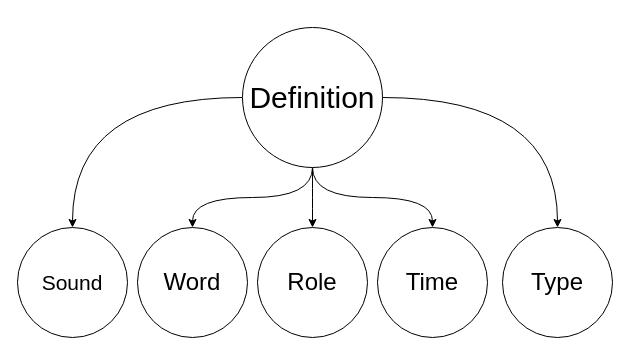
The draw.io diagram page "AI" (1 of 2) of design/definition.drawio in kashanimorteza/english_document, before the edit. Source tidied: cells renumbered, new cells numbered last; positions are measured from the earlier drawing's top-left corner, leaving out a move shared by most shapes. Both pictures are drawn from the tidied source at 100%, with x=0, y=0 at pixel (17, 27).
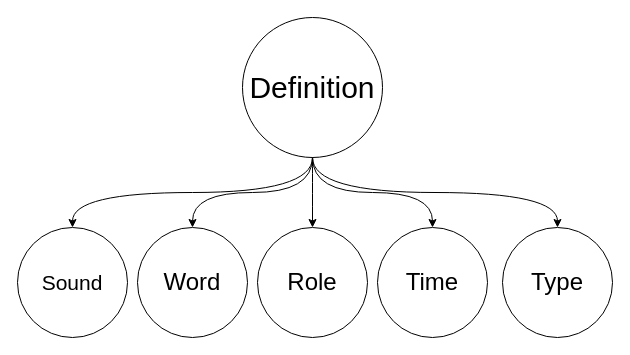
The same page after the edit.

Change to the diagram source:
```diff
@@
 <mxGraphModel>
   <root>
     <mxCell id="0" />
     <mxCell id="1" parent="0" />
     <mxCell id="2" style="edgeStyle=orthogonalEdgeStyle;rounded=0;jettySize=auto;html=1;curved=1;" parent="1" edge="1" source="6" target="7">
       <mxGeometry relative="1" as="geometry" />
     </mxCell>
     <mxCell id="3" style="edgeStyle=orthogonalEdgeStyle;rounded=0;jettySize=auto;html=1;curved=1;" parent="1" edge="1" source="6" target="8">
       <mxGeometry relative="1" as="geometry" />
     </mxCell>
-    <mxCell id="4" style="edgeStyle=orthogonalEdgeStyle;rounded=0;jettySize=auto;html=1;curved=1;" parent="1" edge="1" source="6" target="9">
+    <mxCell id="4" style="edgeStyle=orthogonalEdgeStyle;rounded=0;jettySize=auto;html=1;curved=1;exitX=0.5;exitY=1;exitDx=0;exitDy=0;" parent="1" edge="1" source="6" target="9">
       <mxGeometry relative="1" as="geometry" />
     </mxCell>
-    <mxCell id="5" style="edgeStyle=orthogonalEdgeStyle;rounded=0;jettySize=auto;html=1;curved=1;" parent="1" edge="1" source="6" target="10">
+    <mxCell id="5" style="edgeStyle=orthogonalEdgeStyle;rounded=0;jettySize=auto;html=1;curved=1;exitX=0.5;exitY=1;exitDx=0;exitDy=0;" parent="1" edge="1" source="6" target="10">
       <mxGeometry relative="1" as="geometry" />
     </mxCell>
     <mxCell id="6" value="&lt;font style=&quot;font-size: 30px;&quot;&gt;Definition&lt;/font&gt;" style="ellipse;whiteSpace=wrap;html=1;" parent="1" vertex="1">
-      <mxGeometry x="225" width="140" height="140" as="geometry" />
+      <mxGeometry x="225" y="-10" width="140" height="140" as="geometry" />
     </mxCell>
     <mxCell id="7" value="Word" style="ellipse;whiteSpace=wrap;html=1;fontSize=24;" parent="1" vertex="1">
       <mxGeometry x="120" y="200" width="110" height="110" as="geometry" />
     </mxCell>
     <mxCell id="8" value="Role" style="ellipse;whiteSpace=wrap;html=1;fontSize=24;" parent="1" vertex="1">
       <mxGeometry x="240" y="200" width="110" height="110" as="geometry" />
     </mxCell>
     <mxCell id="9" value="Sound" style="ellipse;whiteSpace=wrap;html=1;fontSize=21;" parent="1" vertex="1">
       <mxGeometry y="200" width="110" height="110" as="geometry" />
     </mxCell>
     <mxCell id="10" value="Time" style="ellipse;whiteSpace=wrap;html=1;fontSize=24;" parent="1" vertex="1">
       <mxGeometry x="360" y="200" width="110" height="110" as="geometry" />
     </mxCell>
-    <mxCell id="11" style="edgeStyle=orthogonalEdgeStyle;rounded=0;jettySize=auto;html=1;curved=1;exitX=1;exitY=0.5;exitDx=0;exitDy=0;" parent="1" edge="1" source="6" target="12">
+    <mxCell id="11" style="edgeStyle=orthogonalEdgeStyle;rounded=0;jettySize=auto;html=1;curved=1;exitX=0.5;exitY=1;exitDx=0;exitDy=0;" parent="1" edge="1" source="6" target="12">
       <mxGeometry relative="1" as="geometry" />
     </mxCell>
     <mxCell id="12" value="Type" style="ellipse;whiteSpace=wrap;html=1;fontSize=24;" parent="1" vertex="1">
       <mxGeometry x="485" y="200" width="110" height="110" as="geometry" />
     </mxCell>
   </root>
 </mxGraphModel>
```
